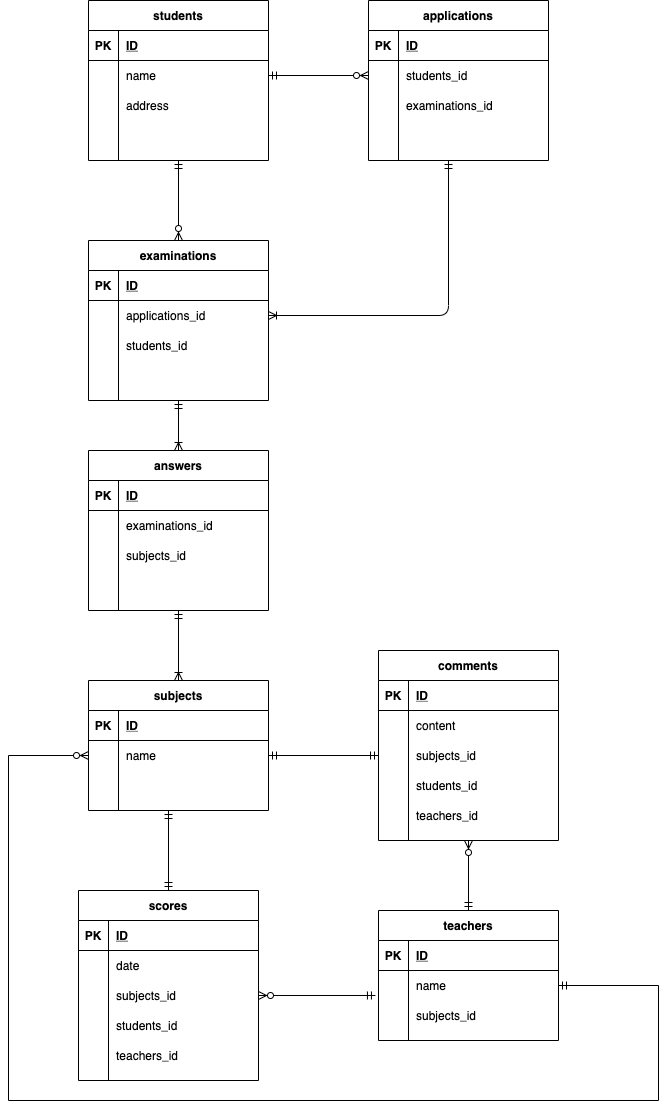
The draw.io diagram index.drawio.png in nann-q/ER, before a commit. Source tidied: cells renumbered, new cells last; positions are measured from the earlier drawing's top-left corner, leaving out a move shared by most shapes.
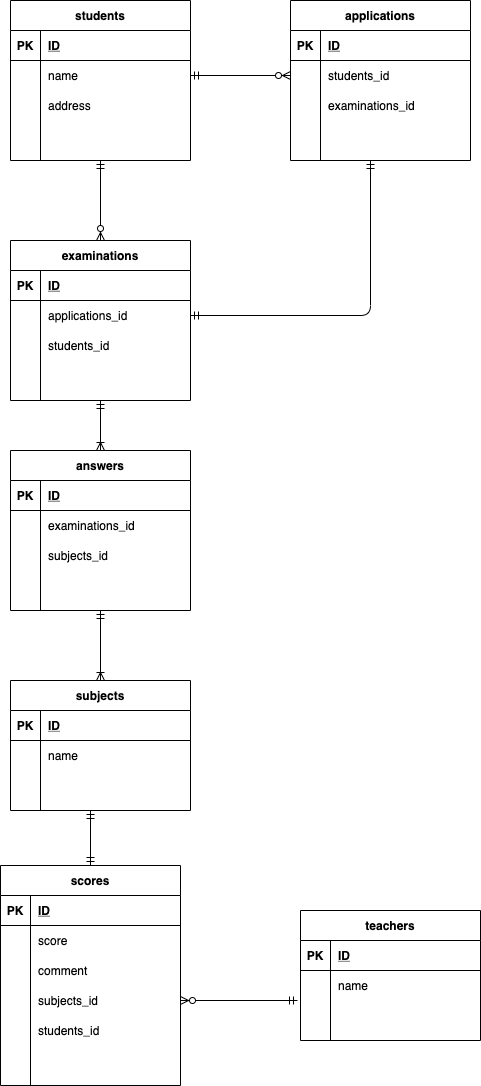
The same diagram one commit later.

Diff of the diagram source:
```diff
@@ -131,7 +131,7 @@
       </mxGeometry>
     </mxCell>
     <mxCell id="44" value="scores" style="shape=table;startSize=30;rowLines=0;fontStyle=1;align=center;" parent="1" vertex="1">
-      <mxGeometry x="70" y="890" width="180" height="190" as="geometry" />
+      <mxGeometry x="70" y="865" width="180" height="220" as="geometry" />
     </mxCell>
     <mxCell id="45" style="shape=partialRectangle;fillColor=none;top=0;left=0;bottom=1;right=0;" parent="44" vertex="1">
       <mxGeometry y="30" width="180" height="30" as="geometry" />
@@ -148,11 +148,20 @@
     <mxCell id="49" style="shape=partialRectangle;fillColor=none;top=0;left=0;bottom=0;right=0;overflow=hidden;" parent="48" vertex="1">
       <mxGeometry width="30" height="30" as="geometry" />
     </mxCell>
-    <mxCell id="50" value="date" style="shape=partialRectangle;fillColor=none;top=0;left=0;bottom=0;right=0;align=left;spacingLeft=6;overflow=hidden;" parent="48" vertex="1">
+    <mxCell id="50" value="score" style="shape=partialRectangle;fillColor=none;top=0;left=0;bottom=0;right=0;align=left;spacingLeft=6;overflow=hidden;" parent="48" vertex="1">
       <mxGeometry x="30" width="150" height="30" as="geometry" />
     </mxCell>
+    <mxCell id="78" style="shape=partialRectangle;fillColor=none;top=0;left=0;bottom=0;right=0;points=[[0,0.5],[1,0.5]];portConstraint=eastwest;" parent="44" vertex="1">
+      <mxGeometry y="90" width="180" height="30" as="geometry" />
+    </mxCell>
+    <mxCell id="116" style="shape=partialRectangle;fillColor=none;top=0;left=0;bottom=0;right=0;overflow=hidden;" parent="78" vertex="1">
+      <mxGeometry width="30" height="30" as="geometry" />
+    </mxCell>
+    <mxCell id="117" value="comment" style="shape=partialRectangle;fillColor=none;top=0;left=0;bottom=0;right=0;align=left;spacingLeft=6;overflow=hidden;" parent="78" vertex="1">
+      <mxGeometry x="30" width="150" height="30" as="geometry" />
+    </mxCell>
     <mxCell id="51" style="shape=partialRectangle;fillColor=none;top=0;left=0;bottom=0;right=0;points=[[0,0.5],[1,0.5]];portConstraint=eastwest;" parent="44" vertex="1">
-      <mxGeometry y="90" width="180" height="30" as="geometry" />
+      <mxGeometry y="120" width="180" height="30" as="geometry" />
     </mxCell>
     <mxCell id="52" style="shape=partialRectangle;fillColor=none;top=0;left=0;bottom=0;right=0;overflow=hidden;" parent="51" vertex="1">
       <mxGeometry width="30" height="30" as="geometry" />
@@ -161,7 +170,7 @@
       <mxGeometry x="30" width="150" height="30" as="geometry" />
     </mxCell>
     <mxCell id="54" style="shape=partialRectangle;fillColor=none;top=0;left=0;bottom=0;right=0;" parent="44" vertex="1">
-      <mxGeometry y="120" width="180" height="30" as="geometry" />
+      <mxGeometry y="150" width="180" height="30" as="geometry" />
     </mxCell>
     <mxCell id="55" style="shape=partialRectangle;fillColor=none;top=0;left=0;bottom=0;right=0;overflow=hidden;" parent="54" vertex="1">
       <mxGeometry width="30" height="30" as="geometry" />
@@ -170,12 +179,12 @@
       <mxGeometry x="30" width="150" height="30" as="geometry" />
     </mxCell>
     <mxCell id="57" style="shape=partialRectangle;fillColor=none;top=0;left=0;bottom=0;right=0;" parent="44" vertex="1">
-      <mxGeometry y="150" width="180" height="30" as="geometry" />
+      <mxGeometry y="180" width="180" height="30" as="geometry" />
     </mxCell>
     <mxCell id="58" style="shape=partialRectangle;fillColor=none;top=0;left=0;bottom=0;right=0;overflow=hidden;" parent="57" vertex="1">
       <mxGeometry width="30" height="30" as="geometry" />
     </mxCell>
-    <mxCell id="59" value="teachers_id" style="shape=partialRectangle;fillColor=none;top=0;left=0;bottom=0;right=0;align=left;spacingLeft=6;overflow=hidden;" parent="57" vertex="1">
+    <mxCell id="59" style="shape=partialRectangle;fillColor=none;top=0;left=0;bottom=0;right=0;align=left;spacingLeft=6;overflow=hidden;" parent="57" vertex="1">
       <mxGeometry x="30" width="150" height="30" as="geometry" />
     </mxCell>
     <mxCell id="60" value="teachers" style="shape=table;startSize=30;rowLines=0;fontStyle=1;align=center;" parent="1" vertex="1">
@@ -205,84 +214,17 @@
     <mxCell id="68" style="shape=partialRectangle;fillColor=none;top=0;left=0;bottom=0;right=0;overflow=hidden;" parent="67" vertex="1">
       <mxGeometry width="30" height="30" as="geometry" />
     </mxCell>
-    <mxCell id="69" value="subjects_id" style="shape=partialRectangle;fillColor=none;top=0;left=0;bottom=0;right=0;align=left;spacingLeft=6;overflow=hidden;" parent="67" vertex="1">
+    <mxCell id="69" style="shape=partialRectangle;fillColor=none;top=0;left=0;bottom=0;right=0;align=left;spacingLeft=6;overflow=hidden;" parent="67" vertex="1">
       <mxGeometry x="30" width="150" height="30" as="geometry" />
     </mxCell>
-    <mxCell id="70" style="edgeStyle=orthogonalEdgeStyle;rounded=0;jettySize=auto;html=1;exitX=0.5;exitY=1;exitDx=0;exitDy=0;entryX=0.5;entryY=0;entryDx=0;entryDy=0;startArrow=ERzeroToMany;startFill=1;endArrow=ERmandOne;endFill=0;" parent="1" edge="1" source="71" target="60">
-      <mxGeometry relative="1" as="geometry" />
-    </mxCell>
-    <mxCell id="71" value="comments" style="shape=table;startSize=30;rowLines=0;fontStyle=1;align=center;" parent="1" vertex="1">
-      <mxGeometry x="370" y="650" width="180" height="190" as="geometry" />
-    </mxCell>
-    <mxCell id="72" style="shape=partialRectangle;fillColor=none;top=0;left=0;bottom=1;right=0;" parent="71" vertex="1">
-      <mxGeometry y="30" width="180" height="30" as="geometry" />
-    </mxCell>
-    <mxCell id="73" value="PK" style="shape=partialRectangle;fillColor=none;top=0;left=0;bottom=0;right=0;fontStyle=1;overflow=hidden;" parent="72" vertex="1">
-      <mxGeometry width="30" height="30" as="geometry" />
-    </mxCell>
-    <mxCell id="74" value="ID" style="shape=partialRectangle;fillColor=none;top=0;left=0;bottom=0;right=0;align=left;spacingLeft=6;fontStyle=5;overflow=hidden;" parent="72" vertex="1">
-      <mxGeometry x="30" width="150" height="30" as="geometry" />
-    </mxCell>
-    <mxCell id="75" style="shape=partialRectangle;fillColor=none;top=0;left=0;bottom=0;right=0;" parent="71" vertex="1">
-      <mxGeometry y="60" width="180" height="30" as="geometry" />
-    </mxCell>
-    <mxCell id="76" style="shape=partialRectangle;fillColor=none;top=0;left=0;bottom=0;right=0;overflow=hidden;" parent="75" vertex="1">
-      <mxGeometry width="30" height="30" as="geometry" />
-    </mxCell>
-    <mxCell id="77" value="content" style="shape=partialRectangle;fillColor=none;top=0;left=0;bottom=0;right=0;align=left;spacingLeft=6;overflow=hidden;" parent="75" vertex="1">
-      <mxGeometry x="30" width="150" height="30" as="geometry" />
-    </mxCell>
-    <mxCell id="78" style="shape=partialRectangle;fillColor=none;top=0;left=0;bottom=0;right=0;points=[[0,0.5],[1,0.5]];portConstraint=eastwest;" parent="71" vertex="1">
-      <mxGeometry y="90" width="180" height="30" as="geometry" />
-    </mxCell>
-    <mxCell id="79" style="shape=partialRectangle;fillColor=none;top=0;left=0;bottom=0;right=0;overflow=hidden;" parent="78" vertex="1">
-      <mxGeometry width="30" height="30" as="geometry" />
-    </mxCell>
-    <mxCell id="80" value="subjects_id" style="shape=partialRectangle;fillColor=none;top=0;left=0;bottom=0;right=0;align=left;spacingLeft=6;overflow=hidden;" parent="78" vertex="1">
-      <mxGeometry x="30" width="150" height="30" as="geometry" />
-    </mxCell>
-    <mxCell id="81" style="shape=partialRectangle;fillColor=none;top=0;left=0;bottom=0;right=0;" parent="71" vertex="1">
-      <mxGeometry y="120" width="180" height="30" as="geometry" />
-    </mxCell>
-    <mxCell id="82" style="shape=partialRectangle;fillColor=none;top=0;left=0;bottom=0;right=0;overflow=hidden;" parent="81" vertex="1">
-      <mxGeometry width="30" height="30" as="geometry" />
-    </mxCell>
-    <mxCell id="83" value="students_id" style="shape=partialRectangle;fillColor=none;top=0;left=0;bottom=0;right=0;align=left;spacingLeft=6;overflow=hidden;" parent="81" vertex="1">
-      <mxGeometry x="30" width="150" height="30" as="geometry" />
-    </mxCell>
-    <mxCell id="84" style="shape=partialRectangle;fillColor=none;top=0;left=0;bottom=0;right=0;" parent="71" vertex="1">
-      <mxGeometry y="150" width="180" height="30" as="geometry" />
-    </mxCell>
-    <mxCell id="85" style="shape=partialRectangle;fillColor=none;top=0;left=0;bottom=0;right=0;overflow=hidden;" parent="84" vertex="1">
-      <mxGeometry width="30" height="30" as="geometry" />
-    </mxCell>
-    <mxCell id="86" value="teachers_id" style="shape=partialRectangle;fillColor=none;top=0;left=0;bottom=0;right=0;align=left;spacingLeft=6;overflow=hidden;" parent="84" vertex="1">
-      <mxGeometry x="30" width="150" height="30" as="geometry" />
-    </mxCell>
     <mxCell id="87" style="edgeStyle=orthogonalEdgeStyle;rounded=0;jettySize=auto;html=1;exitX=1;exitY=0.5;exitDx=0;exitDy=0;startArrow=ERmandOne;startFill=0;endArrow=ERzeroToMany;endFill=1;" parent="1" edge="1" source="7" target="20">
       <mxGeometry relative="1" as="geometry" />
     </mxCell>
-    <mxCell id="88" style="edgeStyle=orthogonalEdgeStyle;fontSize=12;html=1;endArrow=ERoneToMany;startArrow=ERmandOne;entryX=1;entryY=0.5;entryDx=0;entryDy=0;" parent="1" edge="1" target="34">
+    <mxCell id="88" style="edgeStyle=orthogonalEdgeStyle;fontSize=12;html=1;endArrow=ERmandOne;startArrow=ERmandOne;entryX=1;entryY=0.5;entryDx=0;entryDy=0;endFill=0;" parent="1" edge="1" target="34">
       <mxGeometry relative="1" as="geometry">
         <mxPoint x="440" y="160" as="sourcePoint" />
       </mxGeometry>
     </mxCell>
-    <mxCell id="89" style="edgeStyle=orthogonalEdgeStyle;rounded=0;jettySize=auto;html=1;exitX=1;exitY=0.5;exitDx=0;exitDy=0;entryX=0;entryY=0.5;entryDx=0;entryDy=0;startArrow=ERmandOne;startFill=0;endArrow=ERzeroToMany;endFill=1;" parent="1" edge="1" source="64">
-      <mxGeometry relative="1" as="geometry">
-        <mxPoint x="80" y="755" as="targetPoint" />
-        <Array as="points">
-          <mxPoint x="650" y="985" />
-          <mxPoint x="650" y="1100" />
-          <mxPoint y="1100" />
-          <mxPoint y="755" />
-        </Array>
-      </mxGeometry>
-    </mxCell>
-    <mxCell id="90" style="edgeStyle=orthogonalEdgeStyle;rounded=0;jettySize=auto;html=1;exitX=1;exitY=0.5;exitDx=0;exitDy=0;entryX=0;entryY=0.5;entryDx=0;entryDy=0;startArrow=ERmandOne;startFill=0;endArrow=ERmandOne;endFill=0;" parent="1" edge="1" target="78">
-      <mxGeometry relative="1" as="geometry">
-        <mxPoint x="260" y="755" as="sourcePoint" />
-      </mxGeometry>
-    </mxCell>
     <mxCell id="91" style="edgeStyle=orthogonalEdgeStyle;rounded=0;jettySize=auto;html=1;entryX=0.5;entryY=0;entryDx=0;entryDy=0;startArrow=ERmandOne;startFill=0;endArrow=ERoneToMany;endFill=0;" parent="1" edge="1" source="92" target="105">
       <mxGeometry relative="1" as="geometry" />
     </mxCell>
@@ -355,8 +297,10 @@
     <mxCell id="114" style="shape=partialRectangle;fillColor=none;top=0;left=0;bottom=0;right=0;align=left;spacingLeft=6;overflow=hidden;" parent="112" vertex="1">
       <mxGeometry x="30" width="150" height="30" as="geometry" />
     </mxCell>
-    <mxCell id="115" style="edgeStyle=orthogonalEdgeStyle;rounded=0;jettySize=auto;html=1;exitX=1;exitY=0.5;exitDx=0;exitDy=0;entryX=-0.017;entryY=0.833;entryDx=0;entryDy=0;entryPerimeter=0;startArrow=ERzeroToMany;startFill=1;endArrow=ERmandOne;endFill=0;" parent="1" edge="1" source="51" target="64">
-      <mxGeometry relative="1" as="geometry" />
+    <mxCell id="115" style="edgeStyle=orthogonalEdgeStyle;rounded=0;jettySize=auto;html=1;exitX=1;exitY=0.5;exitDx=0;exitDy=0;startArrow=ERzeroToMany;startFill=1;endArrow=ERmandOne;endFill=0;" parent="1" edge="1" source="51">
+      <mxGeometry relative="1" as="geometry">
+        <mxPoint x="367" y="1000" as="targetPoint" />
+      </mxGeometry>
     </mxCell>
   </root>
 </mxGraphModel>
```
